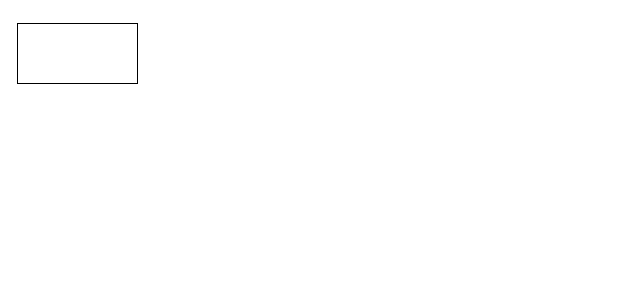
This is Untitled Diagram.drawio from fancy5858/hello-world, a draw.io file, before an edit. Source tidied: cells renumbered, new cells numbered last; positions are measured from the earlier drawing's top-left corner, leaving out a move shared by most shapes. Both pictures are drawn from the tidied source at 100%, with x=0, y=0 at pixel (17, 23).
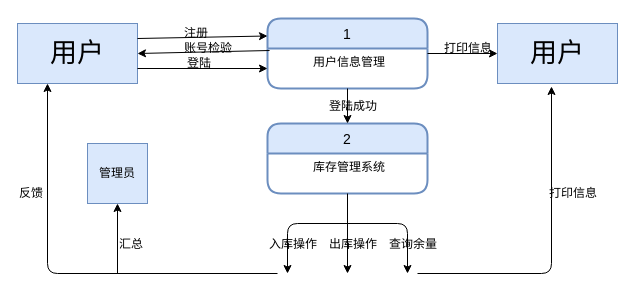
After the change.

Diff of the diagram source:
```diff
@@
-    <mxCell id="2" style="rounded=0;whiteSpace=wrap;html=1;" parent="1" vertex="1">
+    <mxCell id="2" value="&lt;font style=&quot;font-size: 27px&quot;&gt;用户&lt;/font&gt;" style="rounded=0;whiteSpace=wrap;html=1;fillColor=#dae8fc;strokeColor=#6c8ebf;" parent="1" vertex="1">
       <mxGeometry width="120" height="60" as="geometry" />
     </mxCell>
+    <mxCell id="3" value="1" style="swimlane;horizontal=1;startSize=30;fillColor=#dae8fc;rounded=1;fontSize=14;fontStyle=0;strokeWidth=2;shadow=0;dashed=0;align=center;strokeColor=#6c8ebf;" parent="1" vertex="1">
+      <mxGeometry x="250" y="-5" width="160" height="70" as="geometry" />
+    </mxCell>
+    <mxCell id="4" value="用户信息管理" style="align=center;strokeColor=none;fillColor=none;spacingLeft=4;fontSize=12;verticalAlign=top;" parent="3" vertex="1">
+      <mxGeometry y="30" width="160" height="40" as="geometry" />
+    </mxCell>
+    <mxCell id="5" style="endArrow=classic;html=1;entryX=0;entryY=0.25;entryDx=0;entryDy=0;exitX=1;exitY=0.25;exitDx=0;exitDy=0;" parent="1" edge="1" source="2" target="3">
+      <mxGeometry relative="1" as="geometry" />
+    </mxCell>
+    <mxCell id="6" value="注册" style="text;html=1;align=left;verticalAlign=top;spacingTop=-4;" parent="1" vertex="1">
+      <mxGeometry x="165" width="40" height="20" as="geometry" />
+    </mxCell>
+    <mxCell id="7" style="endArrow=classic;html=1;entryX=1;entryY=0.5;entryDx=0;entryDy=0;exitX=0.013;exitY=0.05;exitDx=0;exitDy=0;exitPerimeter=0;" parent="1" edge="1" source="4" target="2">
+      <mxGeometry relative="1" as="geometry" />
+    </mxCell>
+    <mxCell id="8" value="账号检验" style="text;html=1;align=left;verticalAlign=top;spacingTop=-4;" parent="1" vertex="1">
+      <mxGeometry x="165" y="15" width="60" height="20" as="geometry" />
+    </mxCell>
+    <mxCell id="9" style="endArrow=classic;html=1;exitX=1;exitY=0.75;exitDx=0;exitDy=0;" parent="1" edge="1" source="2" target="4">
+      <mxGeometry relative="1" as="geometry" />
+    </mxCell>
+    <mxCell id="10" value="登陆" style="text;html=1;align=left;verticalAlign=top;spacingTop=-4;" parent="1" vertex="1">
+      <mxGeometry x="168" y="30" width="40" height="20" as="geometry" />
+    </mxCell>
+    <mxCell id="11" value="管理员" style="whiteSpace=wrap;html=1;fillColor=#dae8fc;align=center;strokeColor=#6c8ebf;" parent="1" vertex="1">
+      <mxGeometry x="70" y="120" width="60" height="60" as="geometry" />
+    </mxCell>
+    <mxCell id="12" style="endArrow=classic;html=1;entryX=0.25;entryY=1;entryDx=0;entryDy=0;" parent="1" edge="1" target="2">
+      <mxGeometry relative="1" as="geometry">
+        <mxPoint x="260" y="250" as="sourcePoint" />
+        <Array as="points">
+          <mxPoint x="30" y="250" />
+        </Array>
+      </mxGeometry>
+    </mxCell>
+    <mxCell id="13" value="反馈" style="text;html=1;align=left;verticalAlign=top;spacingTop=-4;" parent="1" vertex="1">
+      <mxGeometry y="160" width="40" height="20" as="geometry" />
+    </mxCell>
+    <mxCell id="14" style="endArrow=classic;html=1;entryX=0.5;entryY=1;entryDx=0;entryDy=0;" parent="1" edge="1" target="11">
+      <mxGeometry relative="1" as="geometry">
+        <mxPoint x="100" y="250" as="sourcePoint" />
+      </mxGeometry>
+    </mxCell>
+    <mxCell id="15" value="汇总" style="text;html=1;align=left;verticalAlign=top;spacingTop=-4;" parent="1" vertex="1">
+      <mxGeometry x="100" y="211" width="40" height="20" as="geometry" />
+    </mxCell>
+    <mxCell id="16" value="2" style="swimlane;horizontal=1;startSize=30;fillColor=#dae8fc;rounded=1;fontSize=14;fontStyle=0;strokeWidth=2;shadow=0;dashed=0;align=center;strokeColor=#6c8ebf;" parent="1" vertex="1">
+      <mxGeometry x="250" y="100" width="160" height="70" as="geometry" />
+    </mxCell>
+    <mxCell id="17" value="库存管理系统" style="align=center;strokeColor=none;fillColor=none;spacingLeft=4;fontSize=12;verticalAlign=top;" parent="16" vertex="1">
+      <mxGeometry y="30" width="160" height="40" as="geometry" />
+    </mxCell>
+    <mxCell id="18" style="endArrow=classic;html=1;exitX=0.5;exitY=1;exitDx=0;exitDy=0;entryX=0.5;entryY=0;entryDx=0;entryDy=0;" parent="1" edge="1" source="4" target="16">
+      <mxGeometry relative="1" as="geometry" />
+    </mxCell>
+    <mxCell id="19" value="&lt;div style=&quot;text-align: center&quot;&gt;&lt;span&gt;登陆成功&lt;/span&gt;&lt;/div&gt;" style="text;html=1;align=left;verticalAlign=top;spacingTop=-4;" parent="1" vertex="1">
+      <mxGeometry x="310" y="72.5" width="60" height="20" as="geometry" />
+    </mxCell>
+    <mxCell id="20" style="endArrow=classic;html=1;exitX=0.5;exitY=1;exitDx=0;exitDy=0;" parent="1" edge="1" source="17">
+      <mxGeometry relative="1" as="geometry">
+        <mxPoint x="330" y="250" as="targetPoint" />
+      </mxGeometry>
+    </mxCell>
+    <mxCell id="21" value="出库操作" style="text;html=1;align=left;verticalAlign=top;spacingTop=-4;" parent="1" vertex="1">
+      <mxGeometry x="310" y="211" width="60" height="20" as="geometry" />
+    </mxCell>
+    <mxCell id="22" style="endArrow=classic;html=1;" parent="1" edge="1">
+      <mxGeometry relative="1" as="geometry">
+        <mxPoint x="330" y="200" as="sourcePoint" />
+        <mxPoint x="270" y="250" as="targetPoint" />
+        <Array as="points">
+          <mxPoint x="270" y="200" />
+        </Array>
+      </mxGeometry>
+    </mxCell>
+    <mxCell id="23" value="入库操作" style="text;html=1;align=left;verticalAlign=top;spacingTop=-4;" parent="1" vertex="1">
+      <mxGeometry x="250" y="211" width="60" height="20" as="geometry" />
+    </mxCell>
+    <mxCell id="24" style="endArrow=classic;html=1;" parent="1" edge="1">
+      <mxGeometry relative="1" as="geometry">
+        <mxPoint x="330" y="200" as="sourcePoint" />
+        <mxPoint x="390" y="250" as="targetPoint" />
+        <Array as="points">
+          <mxPoint x="390" y="200" />
+        </Array>
+      </mxGeometry>
+    </mxCell>
+    <mxCell id="25" value="查询余量" style="text;html=1;align=left;verticalAlign=top;spacingTop=-4;" parent="1" vertex="1">
+      <mxGeometry x="370" y="211" width="60" height="20" as="geometry" />
+    </mxCell>
+    <mxCell id="26" value="&lt;font style=&quot;font-size: 27px&quot;&gt;用户&lt;/font&gt;" style="rounded=0;whiteSpace=wrap;html=1;fillColor=#dae8fc;strokeColor=#6c8ebf;" parent="1" vertex="1">
+      <mxGeometry x="480" width="120" height="60" as="geometry" />
+    </mxCell>
+    <mxCell id="27" style="endArrow=classic;html=1;entryX=0;entryY=0.5;entryDx=0;entryDy=0;" parent="1" edge="1" target="26">
+      <mxGeometry relative="1" as="geometry">
+        <mxPoint x="410" y="30" as="sourcePoint" />
+      </mxGeometry>
+    </mxCell>
+    <mxCell id="28" value="打印信息" style="text;html=1;align=left;verticalAlign=top;spacingTop=-4;" parent="1" vertex="1">
+      <mxGeometry x="425" y="15" width="60" height="20" as="geometry" />
+    </mxCell>
+    <mxCell id="29" style="endArrow=classic;html=1;entryX=0.45;entryY=1.05;entryDx=0;entryDy=0;entryPerimeter=0;" parent="1" edge="1" target="26">
+      <mxGeometry relative="1" as="geometry">
+        <mxPoint x="400" y="250" as="sourcePoint" />
+        <Array as="points">
+          <mxPoint x="534" y="250" />
+        </Array>
+      </mxGeometry>
+    </mxCell>
+    <mxCell id="30" value="打印信息" style="text;html=1;align=left;verticalAlign=top;spacingTop=-4;" parent="1" vertex="1">
+      <mxGeometry x="530" y="160" width="60" height="20" as="geometry" />
+    </mxCell>
```
